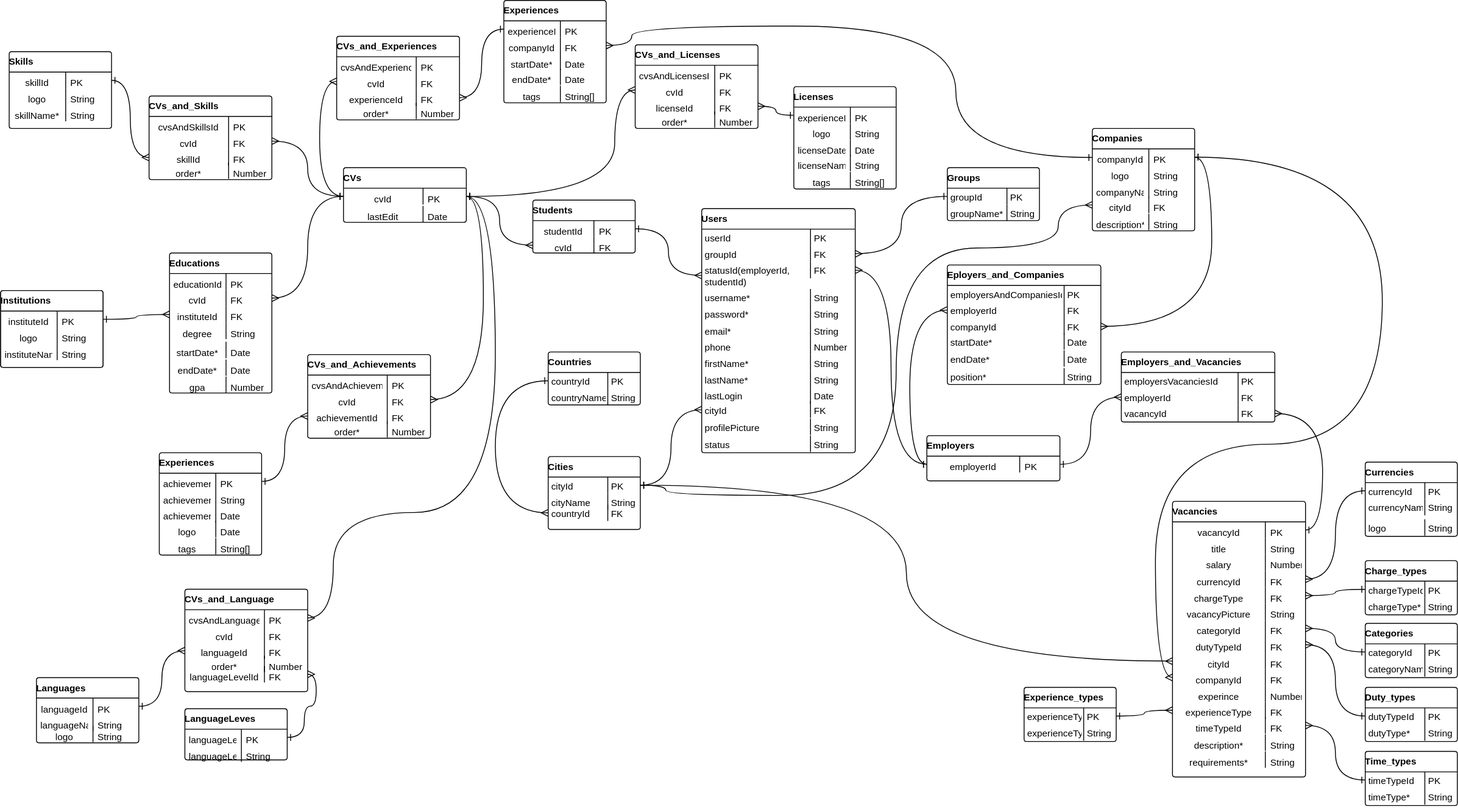
Above: docs/drawio/MentorshipDatabase.drawio.svg in Mentor-ship/Mentorship (draw.io), before the change. Source tidied: cells renumbered, new cells last; positions are measured from the earlier drawing's top-left corner, leaving out a move shared by most shapes.
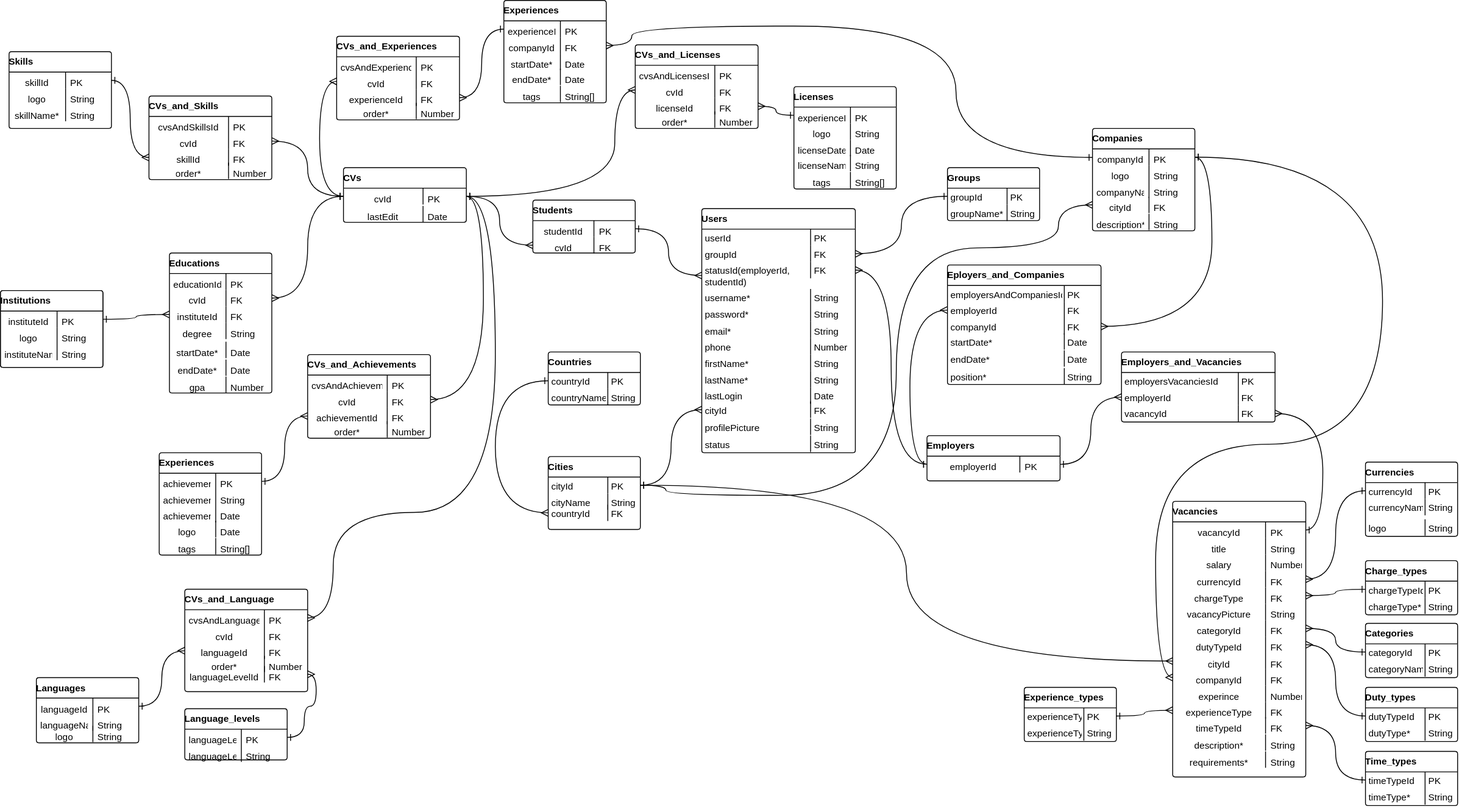
After the commit.

Commit message:
Language level added

Change to the diagram source:
```diff
@@ -721,7 +721,7 @@
         </Array>
       </mxGeometry>
     </mxCell>
-    <mxCell id="236" value="LanguageLeves" style="html=1;overflow=block;whiteSpace=wrap;swimlane;swimlaneFillColor=#ffffff;startSize=24;whiteSpace=wrap;fontSize=11;fontColor=#000000;align=left;fillColor=#ffffff;whiteSpace=wrap;spacing=0;strokeOpacity=100;fillOpacity=100;rounded=1;absoluteArcSize=1;arcSize=6;whiteSpace=wrap;whiteSpace=wrap;whiteSpace=wrap;whiteSpace=wrap;" parent="1" vertex="1">
+    <mxCell id="236" value="Language_levels" style="html=1;overflow=block;whiteSpace=wrap;swimlane;swimlaneFillColor=#ffffff;startSize=24;whiteSpace=wrap;fontSize=11;fontColor=#000000;align=left;fillColor=#ffffff;whiteSpace=wrap;spacing=0;strokeOpacity=100;fillOpacity=100;rounded=1;absoluteArcSize=1;arcSize=6;whiteSpace=wrap;whiteSpace=wrap;whiteSpace=wrap;whiteSpace=wrap;" parent="1" vertex="1">
       <mxGeometry x="216" y="830" width="120" height="60" as="geometry" />
     </mxCell>
     <mxCell id="237" value="languageLevelId" style="strokeColor=none;align=center;verticalAlign=top;spacingLeft=4;spacingRight=4;overflow=hidden;html=1;swimlaneFillColor=#ffffff;fontSize=11;fontColor=#000000;fillColor=none;strokeOpacity=100;fillOpacity=100;" parent="236" vertex="1">
```
